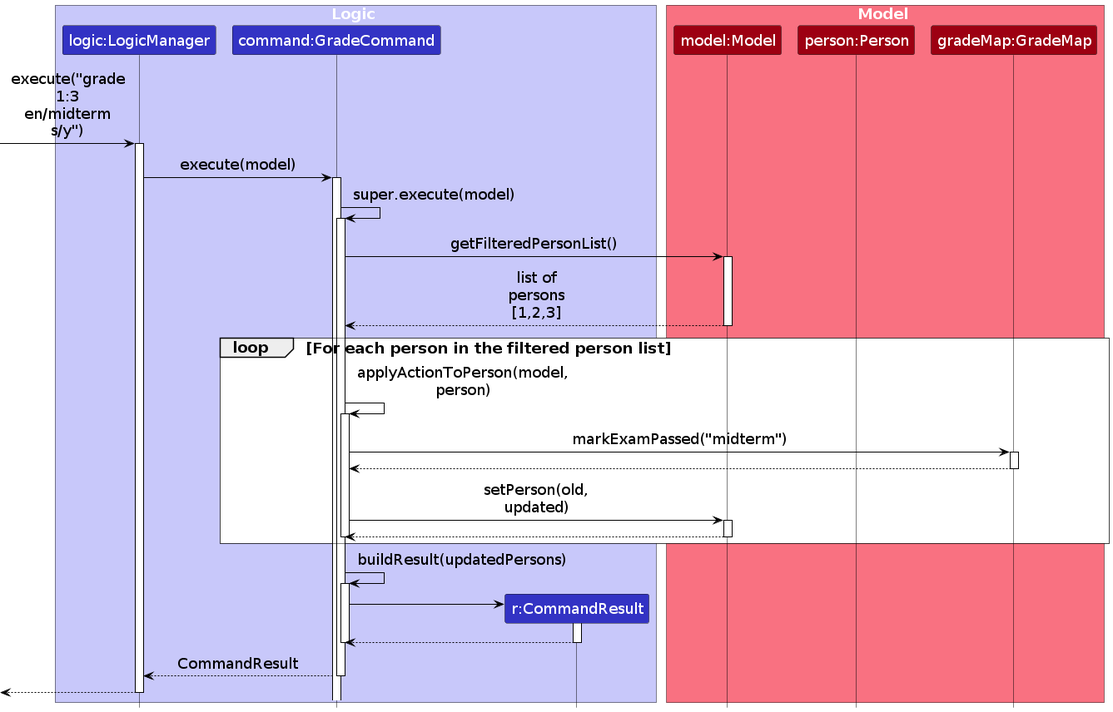
AY2526S1-CS2103T-T09-3/tp keeps this PlantUML diagram as diagrams/GradeCommand/GradeSequenceDiagram.png. Above is the earlier version. Its source is kept beside it as diagrams/GradeCommand/GradeSequenceDiagram.puml.
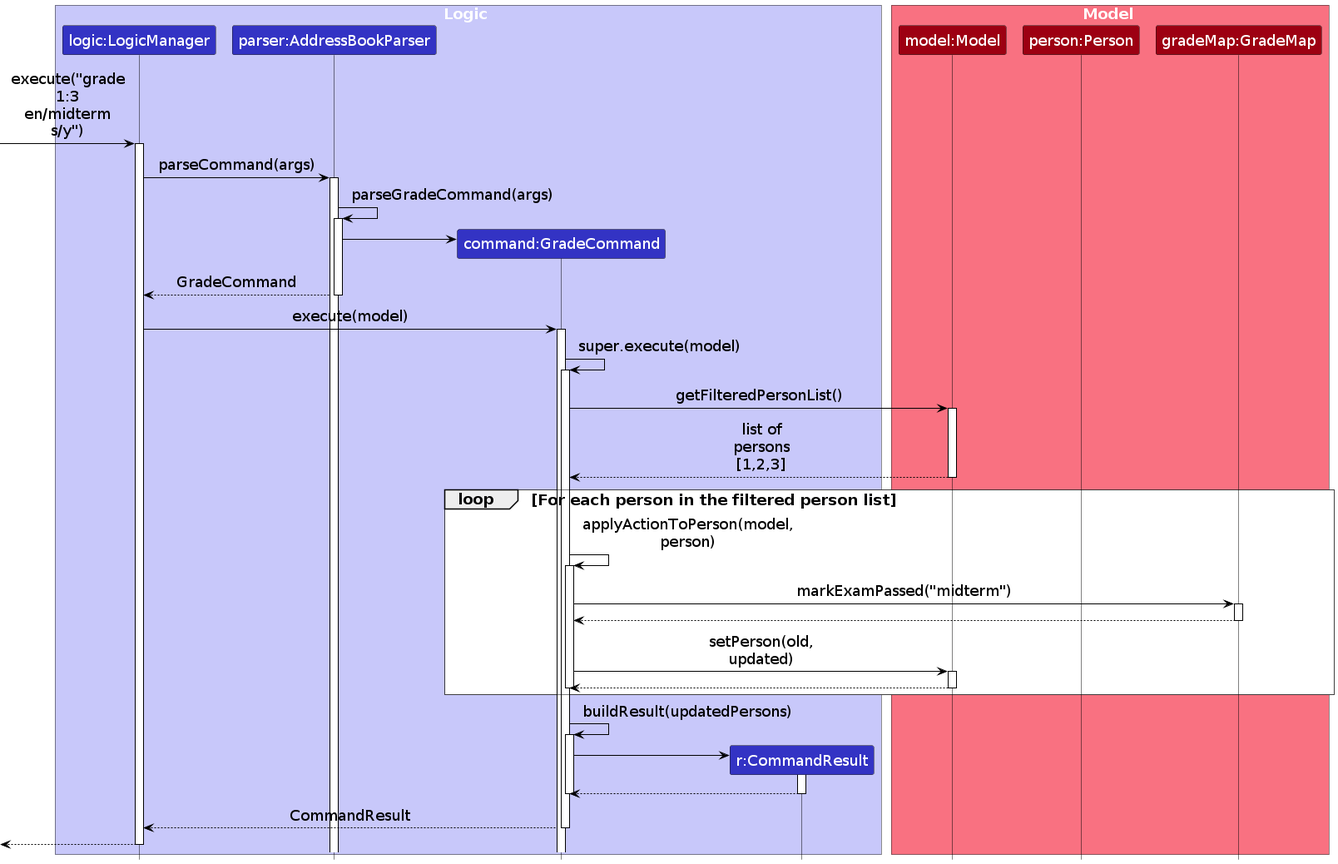
Above is the later version.

Change to the diagram source:
```diff
@@ -29,6 +29,7 @@
 
 box Logic LOGIC_COLOR_T1
 participant "logic:LogicManager" as LogicManager LOGIC_COLOR
+participant "parser:AddressBookParser" as AddressBookParser LOGIC_COLOR
 participant "command:GradeCommand" as GradeCommand LOGIC_COLOR
 participant "r:CommandResult" as CommandResult LOGIC_COLOR
 end box
@@ -41,6 +42,16 @@
 
 [-> LogicManager : execute("grade 1:3 en/midterm s/y")
 activate LogicManager
+
+LogicManager -> AddressBookParser : parseCommand(args)
+activate AddressBookParser
+
+AddressBookParser -> AddressBookParser : parseGradeCommand(args)
+activate AddressBookParser
+create GradeCommand
+AddressBookParser -> GradeCommand
+AddressBookParser --> LogicManager : GradeCommand
+deactivate AddressBookParser
 
 LogicManager -> GradeCommand : execute(model)
 activate GradeCommand
```
